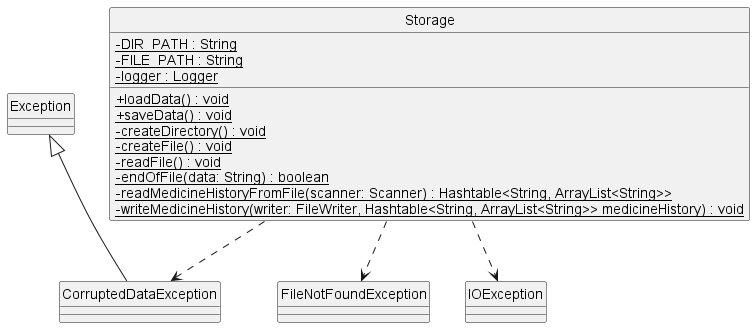
Above: docs/diagrams/StorageClassDiagram.png in nus-cs2113-AY2223S2/tp (PlantUML), before the change.
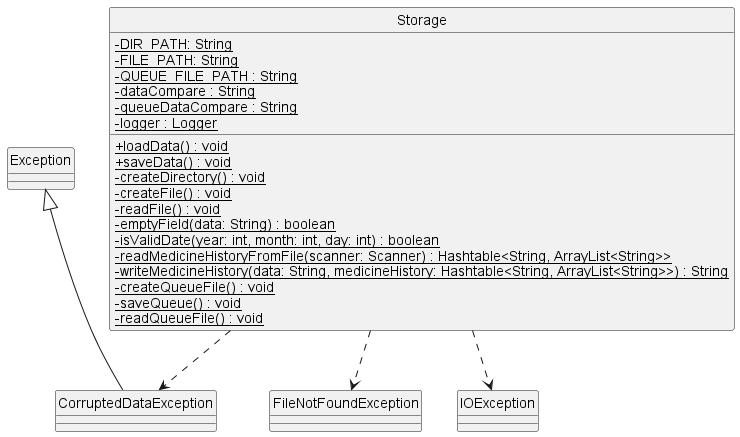
Later version of the same file.

Commit message:
Update DG for Storage class

Diff of the diagram source:
```diff
@@ -5,17 +5,24 @@
 
 !include Style.puml
 class Storage {
-- {static} DIR_PATH : String
-- {static} FILE_PATH : String
+- {static} DIR_PATH: String
+- {static} FILE_PATH: String
+- {static} QUEUE_FILE_PATH : String
+- {static} dataCompare : String
+- {static} queueDataCompare : String
 - {static} logger : Logger
 + {static} loadData() : void
 + {static} saveData() : void
 - {static} createDirectory() : void
 - {static} createFile() : void
 - {static} readFile() : void
-- {static} endOfFile(data: String) : boolean
+- {static} emptyField(data: String) : boolean
+- {static} isValidDate(year: int, month: int, day: int) : boolean
 - {static} readMedicineHistoryFromFile(scanner: Scanner) : Hashtable<String, ArrayList<String>>
-- {static} writeMedicineHistory(writer: FileWriter, Hashtable<String, ArrayList<String>> medicineHistory) : void
+- {static} writeMedicineHistory(data: String, medicineHistory: Hashtable<String, ArrayList<String>>) : String
+- {static} createQueueFile() : void
+- {static} saveQueue() : void
+- {static} readQueueFile() : void
 }
 
 exception CorruptedDataException {}
```
